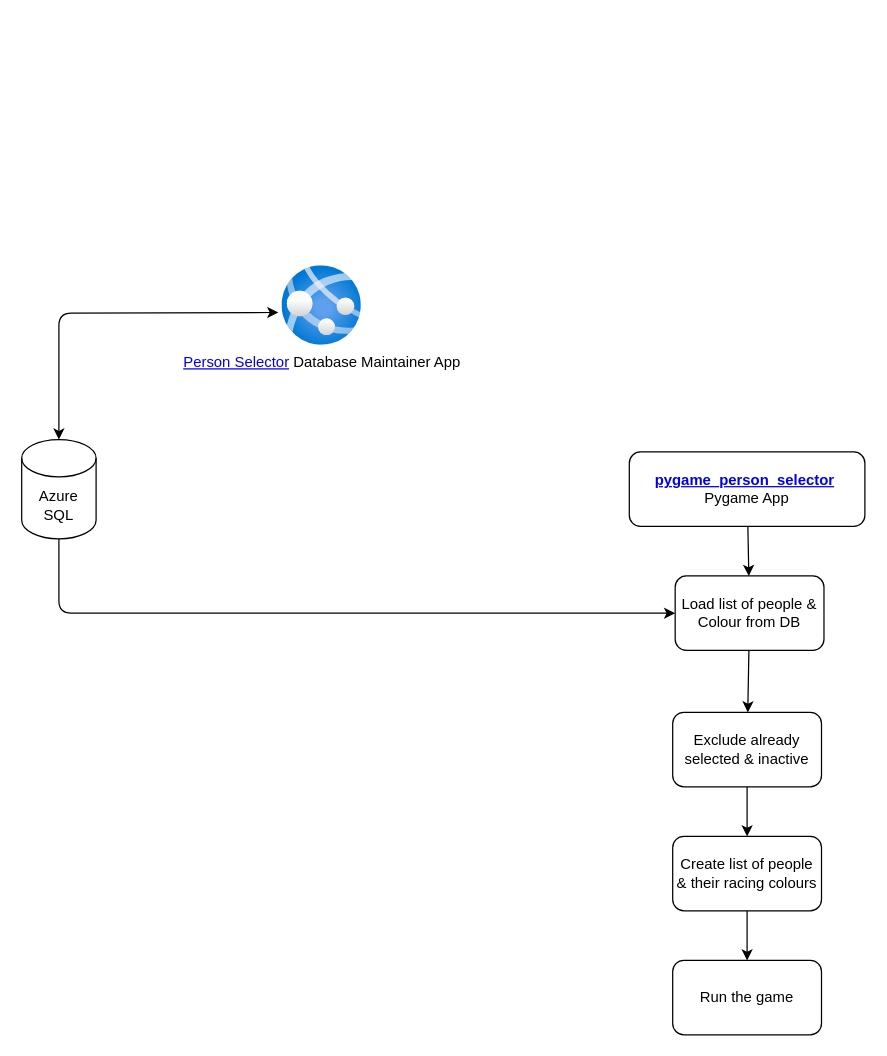
Before: architecture/architecture.drawio in gilgamesh7/pygame_person_selector, a draw.io diagram. Source tidied: cells renumbered, new cells numbered last; positions are measured from the earlier drawing's top-left corner, leaving out a move shared by most shapes. Both pictures are drawn from the tidied source at 124%, with x=0, y=0 at pixel (21, 265).
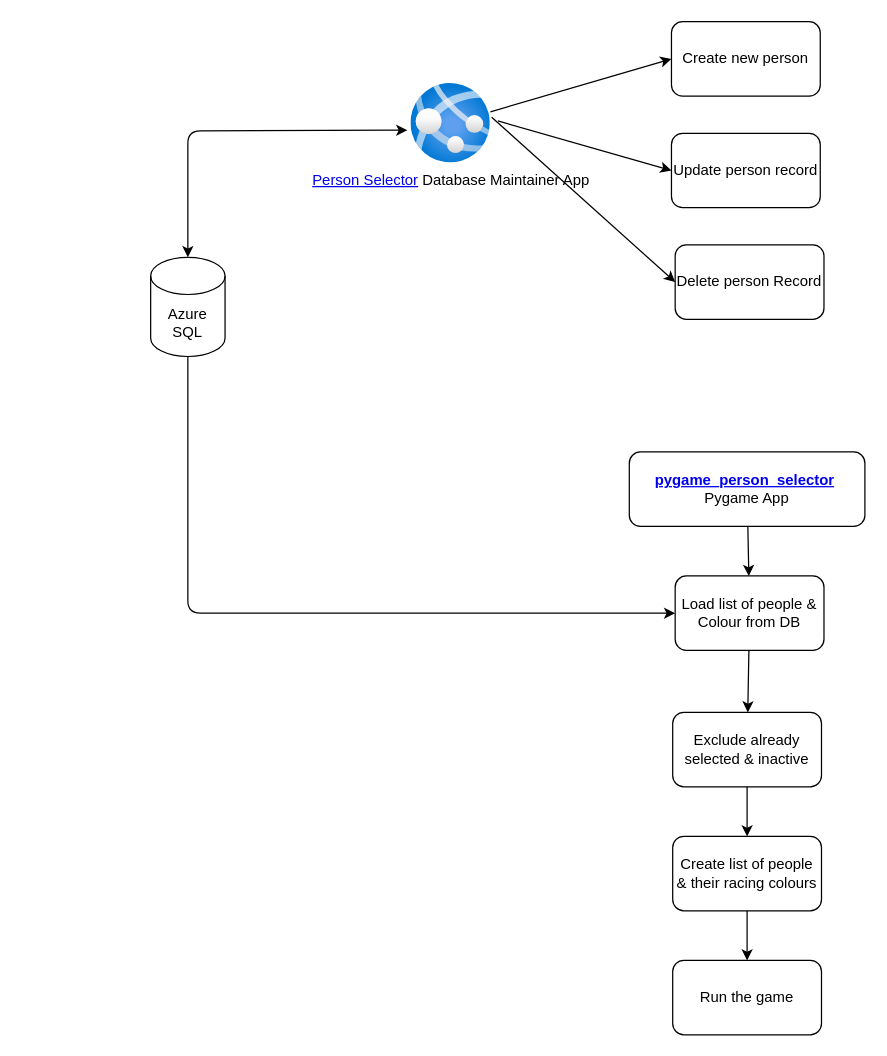
The same page after the edit.

Commit message:
Architecture diagram

The change refers to these unchanged cells:
```xml
<mxCell id="8" value="Load list of people &amp;amp; Colour from DB" style="rounded=1;whiteSpace=wrap;html=1;fontSize=12;" parent="1" vertex="1">
  <mxGeometry x="527" y="250" width="120" height="60" as="geometry" />
</mxCell>
```

Change to the diagram source:
```diff
@@
     <mxCell id="2" value="Azure SQL" style="shape=cylinder3;whiteSpace=wrap;html=1;boundedLbl=1;backgroundOutline=1;size=15;" parent="1" vertex="1">
-      <mxGeometry y="140" width="60" height="80" as="geometry" />
+      <mxGeometry x="104" y="-7" width="60" height="80" as="geometry" />
     </mxCell>
     <mxCell id="3" value="&lt;a class=&quot;navbar-brand&quot; href=&quot;https://maintainpersonselectordb.azurewebsites.net/person_selector/&quot; style=&quot;box-sizing: border-box ; font-family: , , &amp;#34;segoe ui&amp;#34; , &amp;#34;roboto&amp;#34; , &amp;#34;helvetica neue&amp;#34; , &amp;#34;noto sans&amp;#34; , &amp;#34;liberation sans&amp;#34; , &amp;#34;arial&amp;#34; , sans-serif , &amp;#34;apple color emoji&amp;#34; , &amp;#34;segoe ui emoji&amp;#34; , &amp;#34;segoe ui symbol&amp;#34; , &amp;#34;noto color emoji&amp;#34;&quot;&gt;Person Selector&lt;/a&gt;&amp;nbsp;Database Maintainer App" style="html=1;points=[];align=center;image;fontSize=12;image=img/lib/azure2/app_services/App_Services.svg;" parent="1" vertex="1">
-      <mxGeometry x="210" width="64" height="64" as="geometry" />
+      <mxGeometry x="314" y="-147" width="64" height="64" as="geometry" />
     </mxCell>
     <mxCell id="4" style="endArrow=classic;startArrow=classic;html=1;exitX=0.5;exitY=0;exitDx=0;exitDy=0;exitPerimeter=0;entryX=-0.047;entryY=0.586;entryDx=0;entryDy=0;entryPerimeter=0;" parent="1" edge="1" source="2" target="3">
       <mxGeometry relative="1" as="geometry">
         <Array as="points">
-          <mxPoint x="30" y="38" />
+          <mxPoint x="134" y="-109" />
         </Array>
       </mxGeometry>
     </mxCell>
@@
     <mxCell id="9" style="endArrow=classic;html=1;fontSize=12;entryX=0;entryY=0.5;entryDx=0;entryDy=0;exitX=0.5;exitY=1;exitDx=0;exitDy=0;exitPerimeter=0;" parent="1" edge="1" source="2" target="8">
       <mxGeometry relative="1" as="geometry">
         <Array as="points">
-          <mxPoint x="30" y="280" />
+          <mxPoint x="134" y="280" />
         </Array>
       </mxGeometry>
     </mxCell>
@@
+    <mxCell id="15" value="Create new person" style="rounded=1;whiteSpace=wrap;html=1;fontSize=12;" parent="1" vertex="1">
+      <mxGeometry x="524" y="-197" width="120" height="60" as="geometry" />
+    </mxCell>
+    <mxCell id="16" value="Update person record" style="rounded=1;whiteSpace=wrap;html=1;fontSize=12;" parent="1" vertex="1">
+      <mxGeometry x="524" y="-107" width="120" height="60" as="geometry" />
+    </mxCell>
+    <mxCell id="17" value="Delete person Record" style="rounded=1;whiteSpace=wrap;html=1;fontSize=12;" parent="1" vertex="1">
+      <mxGeometry x="527" y="-17" width="120" height="60" as="geometry" />
+    </mxCell>
+    <mxCell id="18" style="endArrow=classic;html=1;fontSize=12;entryX=0;entryY=0.5;entryDx=0;entryDy=0;" parent="1" edge="1" source="3" target="15">
+      <mxGeometry relative="1" as="geometry" />
+    </mxCell>
+    <mxCell id="19" style="endArrow=classic;html=1;fontSize=12;exitX=1.016;exitY=0.422;exitDx=0;exitDy=0;exitPerimeter=0;entryX=0;entryY=0.5;entryDx=0;entryDy=0;" parent="1" edge="1" source="3" target="17">
+      <mxGeometry relative="1" as="geometry" />
+    </mxCell>
+    <mxCell id="20" style="endArrow=classic;html=1;fontSize=12;entryX=0;entryY=0.5;entryDx=0;entryDy=0;" parent="1" edge="1" target="16">
+      <mxGeometry relative="1" as="geometry">
+        <mxPoint x="384" y="-117" as="sourcePoint" />
+      </mxGeometry>
+    </mxCell>
```
